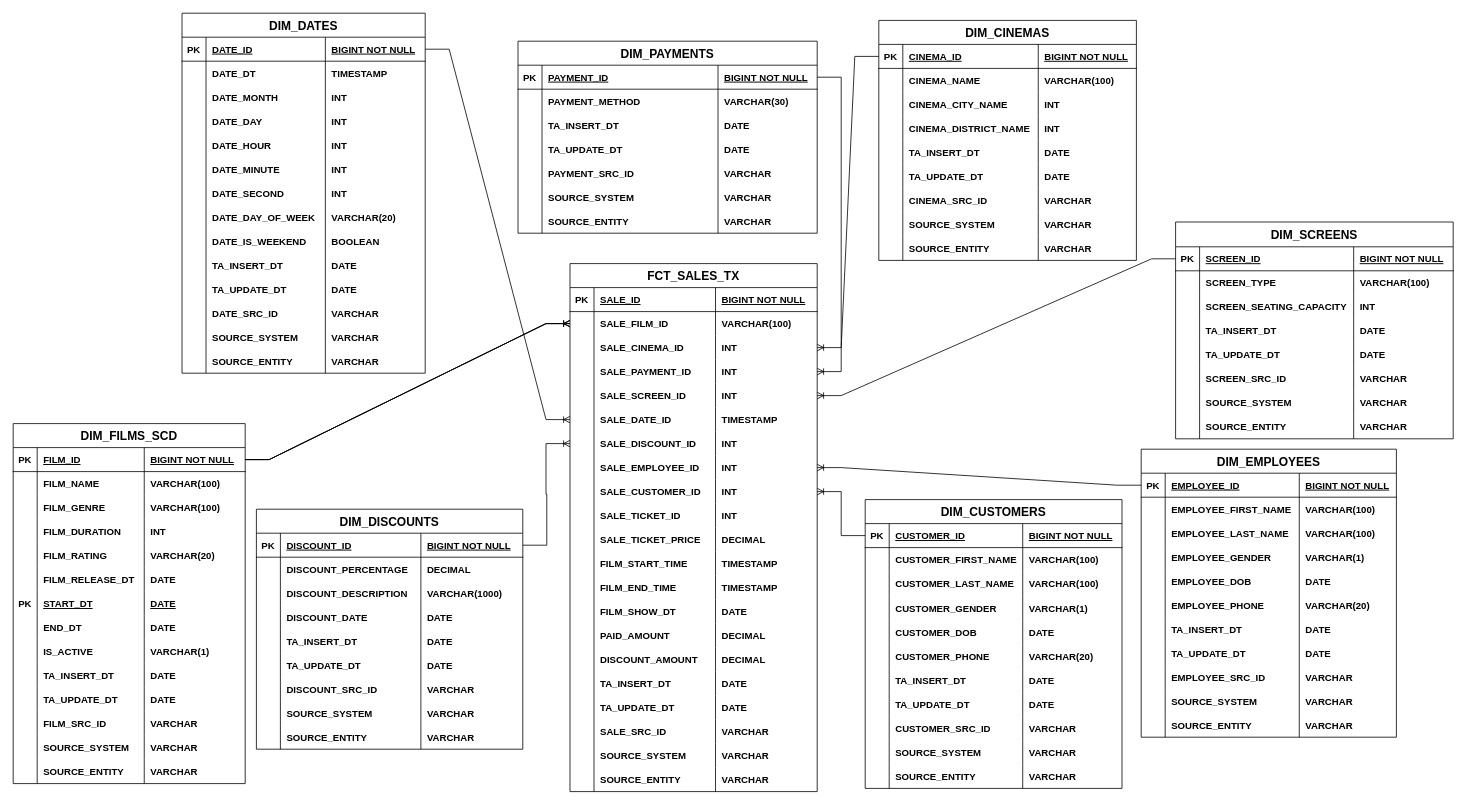
Above: ticket_sales_star_schema.drawio in GiorgiEz/DB-modeling (draw.io), before the change. Source tidied: cells renumbered, new cells numbered last; positions are measured from the earlier drawing's top-left corner, leaving out a move shared by most shapes. Both pictures are drawn from the tidied source at 80%, with x=0, y=0 at pixel (13, 13).
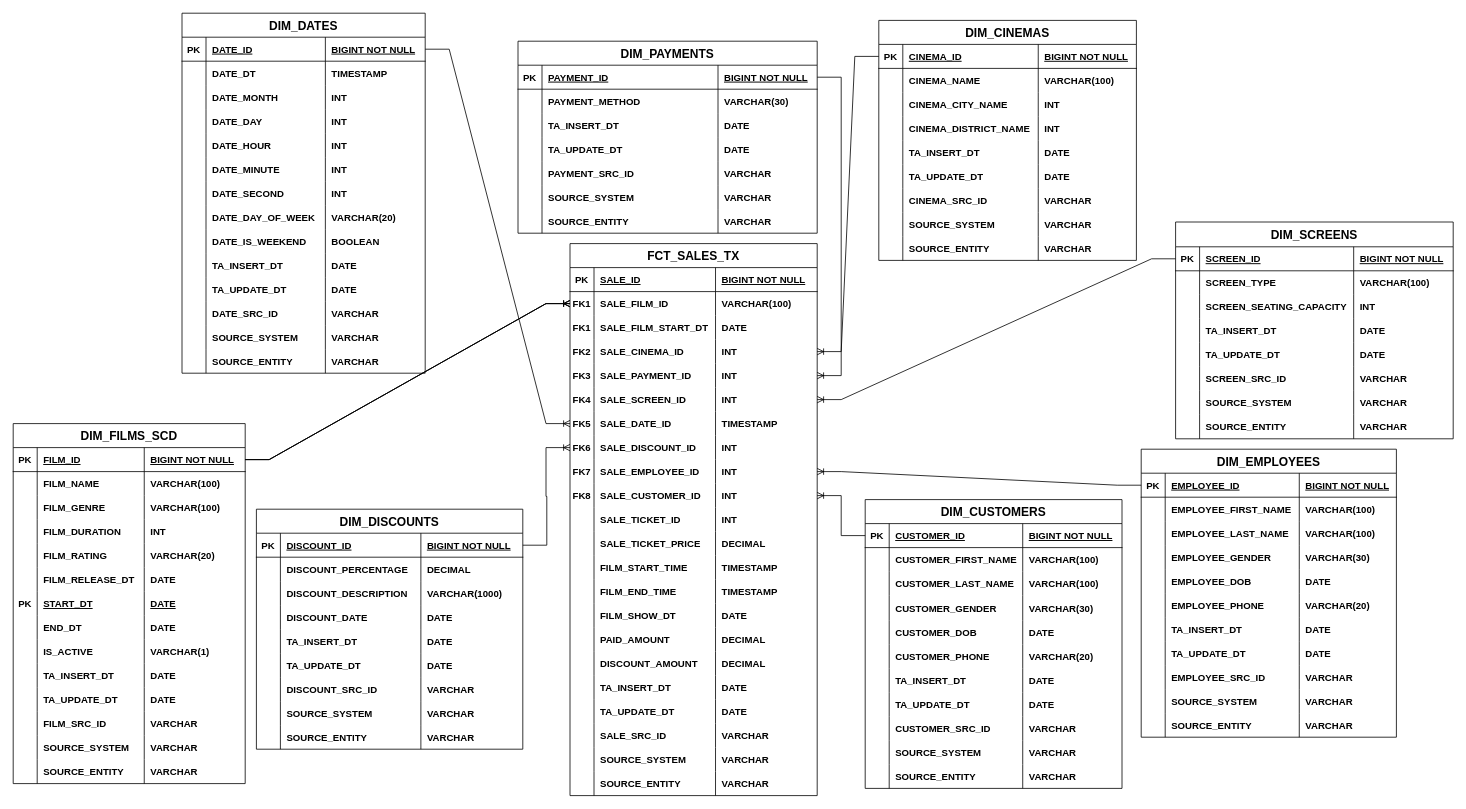
After the change.

Unchanged cells that the change refers to:
```xml
<mxCell id="265" style="shape=partialRectangle;fillColor=none;top=0;left=0;right=0;bottom=0;" parent="252" vertex="1">
  <mxGeometry y="120" width="319" height="30" as="geometry" />
</mxCell>
<mxCell id="302" style="shape=partialRectangle;fillColor=none;points=[[0,0.5],[1,0.5]];portConstraint=eastwest;top=0;left=0;right=0;bottom=0;" parent="297" vertex="1">
  <mxGeometry y="60" width="309" height="30" as="geometry" />
</mxCell>
<mxCell id="405" style="shape=partialRectangle;fillColor=none;top=0;left=0;right=0;bottom=0;" parent="392" vertex="1">
  <mxGeometry y="120" width="321" height="31" as="geometry" />
</mxCell>
```

The edit, as a diff of the source:
```diff
@@
-    <mxCell id="268" value="VARCHAR(1)" style="shape=partialRectangle;overflow=hidden;fillColor=none;top=0;left=0;bottom=0;right=0;align=left;spacingLeft=6;fontStyle=1;" parent="265" vertex="1">
+    <mxCell id="268" value="VARCHAR(30)" style="shape=partialRectangle;overflow=hidden;fillColor=none;top=0;left=0;bottom=0;right=0;align=left;spacingLeft=6;fontStyle=1;" parent="265" vertex="1">
       <mxGeometry x="197.6" width="121.4" height="30" as="geometry" />
     </mxCell>
@@
     <mxCell id="297" value="FCT_SALES_TX" style="shape=table;startSize=30;childLayout=tableLayout;rowLines=0;fontStyle=1;align=center;fontSize=15;" parent="1" vertex="1">
-      <mxGeometry x="696" y="313" width="309" height="660" as="geometry" />
+      <mxGeometry x="696" y="288" width="309" height="690" as="geometry" />
     </mxCell>
@@
-    <mxCell id="303" style="shape=partialRectangle;overflow=hidden;fillColor=none;top=0;left=0;bottom=0;right=0;" parent="302" vertex="1">
+    <mxCell id="303" value="FK1" style="shape=partialRectangle;overflow=hidden;fillColor=none;top=0;left=0;bottom=0;right=0;fontStyle=1;" parent="302" vertex="1">
       <mxGeometry width="30" height="30" as="geometry" />
     </mxCell>
@@
+    <mxCell id="437" style="shape=partialRectangle;fillColor=none;top=0;left=0;right=0;bottom=0;" parent="297" vertex="1">
+      <mxGeometry y="90" width="309" height="30" as="geometry" />
+    </mxCell>
+    <mxCell id="438" value="FK1" style="shape=partialRectangle;overflow=hidden;fillColor=none;top=0;left=0;bottom=0;right=0;fontStyle=1;" parent="437" vertex="1">
+      <mxGeometry width="30" height="30" as="geometry" />
+    </mxCell>
+    <mxCell id="439" value="SALE_FILM_START_DT" style="shape=partialRectangle;overflow=hidden;fillColor=none;top=0;left=0;bottom=0;right=0;align=left;spacingLeft=6;fontStyle=1;" parent="437" vertex="1">
+      <mxGeometry x="30" width="151.9" height="30" as="geometry" />
+    </mxCell>
+    <mxCell id="440" value="DATE" style="shape=partialRectangle;overflow=hidden;fillColor=none;top=0;left=0;bottom=0;right=0;align=left;spacingLeft=6;fontStyle=1;" parent="437" vertex="1">
+      <mxGeometry x="181.9" width="127.1" height="30" as="geometry" />
+    </mxCell>
     <mxCell id="306" style="shape=partialRectangle;fillColor=none;points=[[0,0.5],[1,0.5]];portConstraint=eastwest;top=0;left=0;right=0;bottom=0;" parent="297" vertex="1">
-      <mxGeometry y="90" width="309" height="30" as="geometry" />
+      <mxGeometry y="120" width="309" height="30" as="geometry" />
     </mxCell>
-    <mxCell id="307" style="shape=partialRectangle;overflow=hidden;fillColor=none;top=0;left=0;bottom=0;right=0;" parent="306" vertex="1">
+    <mxCell id="307" value="FK2" style="shape=partialRectangle;overflow=hidden;fillColor=none;top=0;left=0;bottom=0;right=0;fontStyle=1;" parent="306" vertex="1">
       <mxGeometry width="30" height="30" as="geometry" />
     </mxCell>
@@
     <mxCell id="310" style="shape=partialRectangle;fillColor=none;points=[[0,0.5],[1,0.5]];portConstraint=eastwest;top=0;left=0;right=0;bottom=0;" parent="297" vertex="1">
-      <mxGeometry y="120" width="309" height="30" as="geometry" />
+      <mxGeometry y="150" width="309" height="30" as="geometry" />
     </mxCell>
-    <mxCell id="311" style="shape=partialRectangle;overflow=hidden;fillColor=none;top=0;left=0;bottom=0;right=0;" parent="310" vertex="1">
+    <mxCell id="311" value="FK3" style="shape=partialRectangle;overflow=hidden;fillColor=none;top=0;left=0;bottom=0;right=0;fontStyle=1;" parent="310" vertex="1">
       <mxGeometry width="30" height="30" as="geometry" />
     </mxCell>
@@
     <mxCell id="314" style="shape=partialRectangle;fillColor=none;points=[[0,0.5],[1,0.5]];portConstraint=eastwest;top=0;left=0;right=0;bottom=0;" parent="297" vertex="1">
-      <mxGeometry y="150" width="309" height="30" as="geometry" />
+      <mxGeometry y="180" width="309" height="30" as="geometry" />
     </mxCell>
-    <mxCell id="315" style="shape=partialRectangle;overflow=hidden;fillColor=none;top=0;left=0;bottom=0;right=0;" parent="314" vertex="1">
+    <mxCell id="315" value="FK4" style="shape=partialRectangle;overflow=hidden;fillColor=none;top=0;left=0;bottom=0;right=0;fontStyle=1;" parent="314" vertex="1">
       <mxGeometry width="30" height="30" as="geometry" />
     </mxCell>
@@
     <mxCell id="318" style="shape=partialRectangle;fillColor=none;points=[[0,0.5],[1,0.5]];portConstraint=eastwest;top=0;left=0;right=0;bottom=0;" parent="297" vertex="1">
-      <mxGeometry y="180" width="309" height="30" as="geometry" />
+      <mxGeometry y="210" width="309" height="30" as="geometry" />
     </mxCell>
-    <mxCell id="319" style="shape=partialRectangle;overflow=hidden;fillColor=none;top=0;left=0;bottom=0;right=0;" parent="318" vertex="1">
+    <mxCell id="319" value="FK5" style="shape=partialRectangle;overflow=hidden;fillColor=none;top=0;left=0;bottom=0;right=0;fontStyle=1;" parent="318" vertex="1">
       <mxGeometry width="30" height="30" as="geometry" />
     </mxCell>
@@
     <mxCell id="322" style="shape=partialRectangle;fillColor=none;points=[[0,0.5],[1,0.5]];portConstraint=eastwest;top=0;left=0;right=0;bottom=0;" parent="297" vertex="1">
-      <mxGeometry y="210" width="309" height="30" as="geometry" />
+      <mxGeometry y="240" width="309" height="30" as="geometry" />
     </mxCell>
-    <mxCell id="323" style="shape=partialRectangle;overflow=hidden;fillColor=none;top=0;left=0;bottom=0;right=0;" parent="322" vertex="1">
+    <mxCell id="323" value="FK6" style="shape=partialRectangle;overflow=hidden;fillColor=none;top=0;left=0;bottom=0;right=0;fontStyle=1;" parent="322" vertex="1">
       <mxGeometry width="30" height="30" as="geometry" />
     </mxCell>
@@
     <mxCell id="326" style="shape=partialRectangle;fillColor=none;points=[[0,0.5],[1,0.5]];portConstraint=eastwest;top=0;left=0;right=0;bottom=0;" parent="297" vertex="1">
-      <mxGeometry y="240" width="309" height="30" as="geometry" />
+      <mxGeometry y="270" width="309" height="30" as="geometry" />
     </mxCell>
-    <mxCell id="327" style="shape=partialRectangle;overflow=hidden;fillColor=none;top=0;left=0;bottom=0;right=0;" parent="326" vertex="1">
+    <mxCell id="327" value="FK7" style="shape=partialRectangle;overflow=hidden;fillColor=none;top=0;left=0;bottom=0;right=0;fontStyle=1;" parent="326" vertex="1">
       <mxGeometry width="30" height="30" as="geometry" />
     </mxCell>
@@
     <mxCell id="330" style="shape=partialRectangle;fillColor=none;points=[[0,0.5],[1,0.5]];portConstraint=eastwest;top=0;left=0;right=0;bottom=0;" parent="297" vertex="1">
-      <mxGeometry y="270" width="309" height="30" as="geometry" />
+      <mxGeometry y="300" width="309" height="30" as="geometry" />
     </mxCell>
-    <mxCell id="331" style="shape=partialRectangle;overflow=hidden;fillColor=none;top=0;left=0;bottom=0;right=0;" parent="330" vertex="1">
+    <mxCell id="331" value="FK8" style="shape=partialRectangle;overflow=hidden;fillColor=none;top=0;left=0;bottom=0;right=0;fontStyle=1;" parent="330" vertex="1">
       <mxGeometry width="30" height="30" as="geometry" />
     </mxCell>
@@
     <mxCell id="334" style="shape=partialRectangle;fillColor=none;top=0;left=0;right=0;bottom=0;" parent="297" vertex="1">
-      <mxGeometry y="300" width="309" height="30" as="geometry" />
+      <mxGeometry y="330" width="309" height="30" as="geometry" />
     </mxCell>
@@
     <mxCell id="338" style="shape=partialRectangle;fillColor=none;top=0;left=0;right=0;bottom=0;" parent="297" vertex="1">
-      <mxGeometry y="330" width="309" height="30" as="geometry" />
+      <mxGeometry y="360" width="309" height="30" as="geometry" />
     </mxCell>
@@
     <mxCell id="342" style="shape=partialRectangle;fillColor=none;top=0;left=0;right=0;bottom=0;" parent="297" vertex="1">
-      <mxGeometry y="360" width="309" height="30" as="geometry" />
+      <mxGeometry y="390" width="309" height="30" as="geometry" />
     </mxCell>
@@
     <mxCell id="346" style="shape=partialRectangle;fillColor=none;top=0;left=0;right=0;bottom=0;" parent="297" vertex="1">
-      <mxGeometry y="390" width="309" height="30" as="geometry" />
+      <mxGeometry y="420" width="309" height="30" as="geometry" />
     </mxCell>
@@
     <mxCell id="350" style="shape=partialRectangle;fillColor=none;top=0;left=0;right=0;bottom=0;" parent="297" vertex="1">
-      <mxGeometry y="420" width="309" height="30" as="geometry" />
+      <mxGeometry y="450" width="309" height="30" as="geometry" />
     </mxCell>
@@
     <mxCell id="354" style="shape=partialRectangle;fillColor=none;top=0;left=0;right=0;bottom=0;" parent="297" vertex="1">
-      <mxGeometry y="450" width="309" height="30" as="geometry" />
+      <mxGeometry y="480" width="309" height="30" as="geometry" />
     </mxCell>
@@
     <mxCell id="358" style="shape=partialRectangle;fillColor=none;top=0;left=0;right=0;bottom=0;" parent="297" vertex="1">
-      <mxGeometry y="480" width="309" height="30" as="geometry" />
+      <mxGeometry y="510" width="309" height="30" as="geometry" />
     </mxCell>
@@
     <mxCell id="362" style="shape=partialRectangle;fillColor=none;top=0;left=0;right=0;bottom=0;" parent="297" vertex="1">
-      <mxGeometry y="510" width="309" height="30" as="geometry" />
+      <mxGeometry y="540" width="309" height="30" as="geometry" />
     </mxCell>
@@
     <mxCell id="366" style="shape=partialRectangle;fillColor=none;top=0;left=0;right=0;bottom=0;" parent="297" vertex="1">
-      <mxGeometry y="540" width="309" height="30" as="geometry" />
+      <mxGeometry y="570" width="309" height="30" as="geometry" />
     </mxCell>
@@
     <mxCell id="370" style="shape=partialRectangle;fillColor=none;top=0;left=0;right=0;bottom=0;" parent="297" vertex="1">
-      <mxGeometry y="570" width="309" height="30" as="geometry" />
+      <mxGeometry y="600" width="309" height="30" as="geometry" />
     </mxCell>
@@
     <mxCell id="374" style="shape=partialRectangle;fillColor=none;top=0;left=0;right=0;bottom=0;" parent="297" vertex="1">
-      <mxGeometry y="600" width="309" height="30" as="geometry" />
+      <mxGeometry y="630" width="309" height="30" as="geometry" />
     </mxCell>
@@
     <mxCell id="378" style="shape=partialRectangle;fillColor=none;top=0;left=0;right=0;bottom=0;" parent="297" vertex="1">
-      <mxGeometry y="630" width="309" height="30" as="geometry" />
+      <mxGeometry y="660" width="309" height="30" as="geometry" />
     </mxCell>
@@
-    <mxCell id="408" value="VARCHAR(1)" style="shape=partialRectangle;overflow=hidden;fillColor=none;top=0;left=0;bottom=0;right=0;align=left;spacingLeft=6;fontStyle=1;" parent="405" vertex="1">
+    <mxCell id="408" value="VARCHAR(30)" style="shape=partialRectangle;overflow=hidden;fillColor=none;top=0;left=0;bottom=0;right=0;align=left;spacingLeft=6;fontStyle=1;" parent="405" vertex="1">
       <mxGeometry x="196.9" width="124.1" height="31" as="geometry" />
     </mxCell>
```
